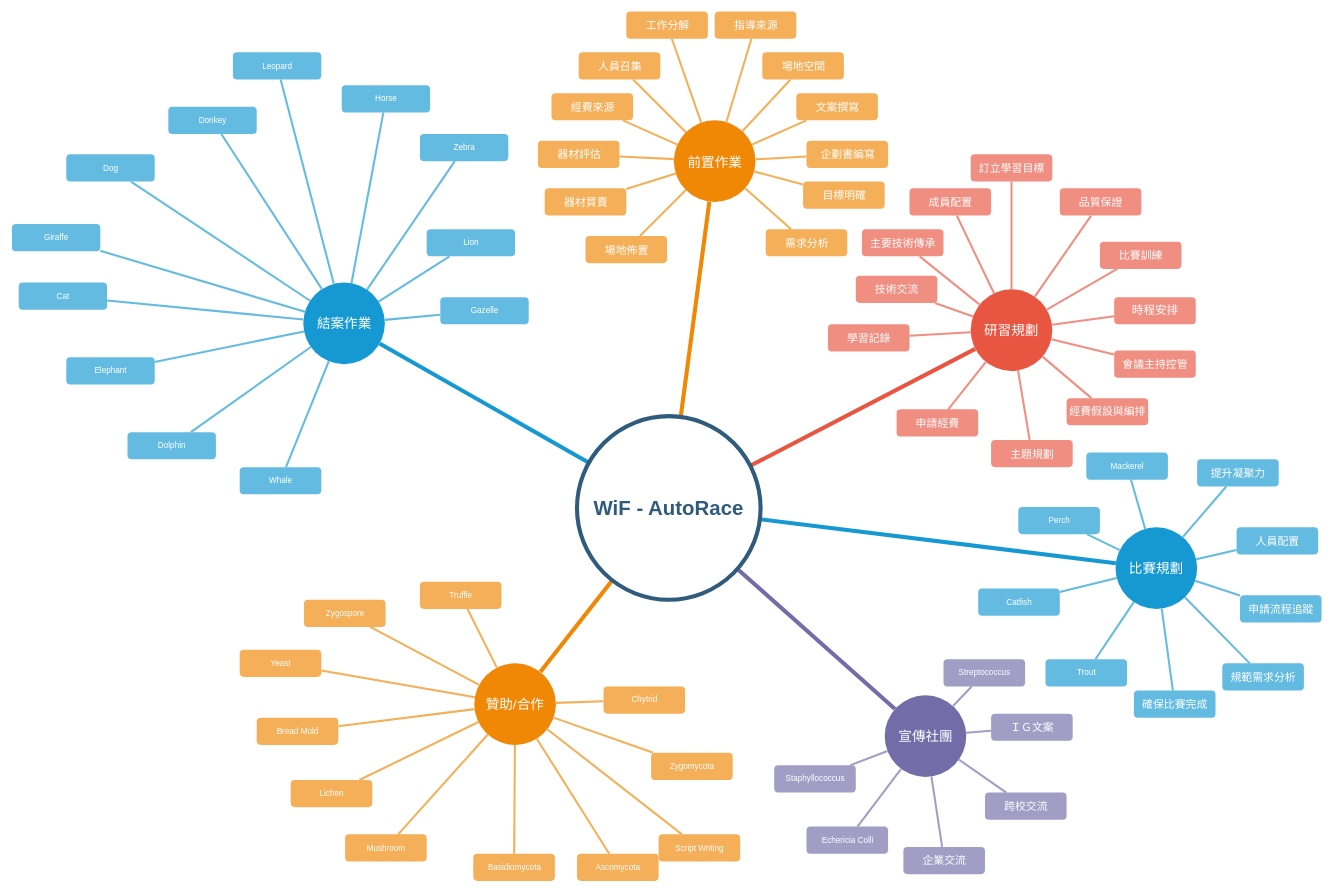
This is Untitled Diagram.drawio from WiFAutoRace/First-record, a draw.io file, before an edit. Source tidied: cells renumbered, new cells numbered last; positions are measured from the earlier drawing's top-left corner, leaving out a move shared by most shapes. Both pictures are drawn from the tidied source at 68%, with x=0, y=0 at pixel (12, 12).
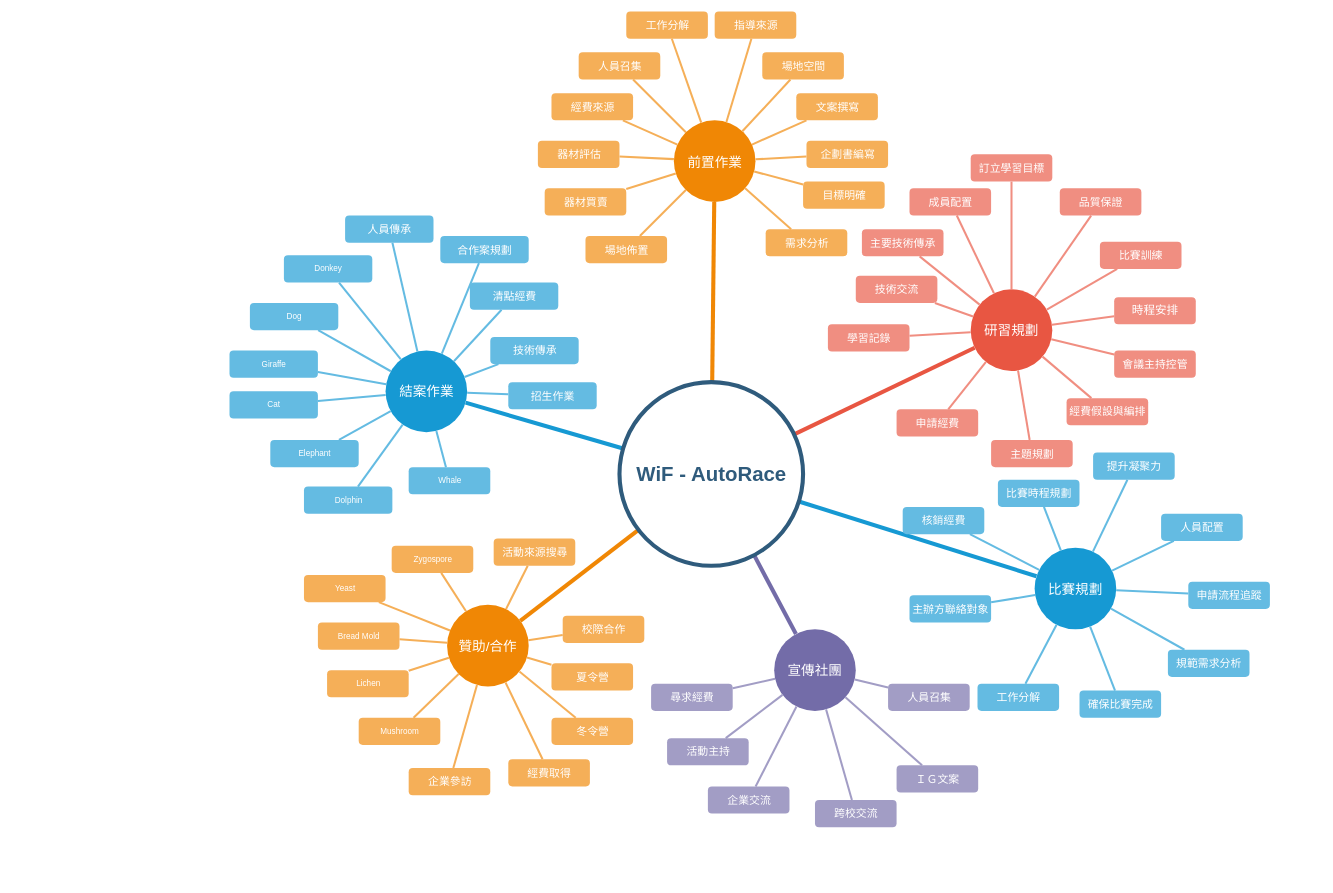
Above is the later version.

The edit, as a diff of the source:
```diff
@@
     <mxCell id="2" value="結案作業" style="ellipse;whiteSpace=wrap;html=1;shadow=0;fontFamily=Helvetica;fontSize=20;fontColor=#FFFFFF;align=center;strokeWidth=3;fillColor=#1699D3;strokeColor=none;" parent="1" vertex="1">
-      <mxGeometry x="428.5" y="398" width="120" height="120" as="geometry" />
+      <mxGeometry x="549.5" y="498" width="120" height="120" as="geometry" />
     </mxCell>
@@
     <mxCell id="5" value="比賽規劃" style="ellipse;whiteSpace=wrap;html=1;shadow=0;fontFamily=Helvetica;fontSize=20;fontColor=#FFFFFF;align=center;strokeWidth=3;fillColor=#1699D3;strokeColor=none;" parent="1" vertex="1">
-      <mxGeometry x="1623" y="758" width="120" height="120" as="geometry" />
+      <mxGeometry x="1504" y="788" width="120" height="120" as="geometry" />
     </mxCell>
     <mxCell id="6" value="宣傳社團" style="ellipse;whiteSpace=wrap;html=1;shadow=0;fontFamily=Helvetica;fontSize=20;fontColor=#FFFFFF;align=center;strokeWidth=3;fillColor=#736ca8;strokeColor=none;" parent="1" vertex="1">
-      <mxGeometry x="1283.5" y="1005" width="120" height="120" as="geometry" />
+      <mxGeometry x="1121" y="908" width="120" height="120" as="geometry" />
     </mxCell>
     <mxCell id="7" value="贊助/合作" style="ellipse;whiteSpace=wrap;html=1;shadow=0;fontFamily=Helvetica;fontSize=20;fontColor=#FFFFFF;align=center;strokeWidth=3;fillColor=#F08705;strokeColor=none;" parent="1" vertex="1">
-      <mxGeometry x="680" y="958" width="120" height="120" as="geometry" />
+      <mxGeometry x="640" y="872" width="120" height="120" as="geometry" />
     </mxCell>
@@
     <mxCell id="9" value="Dolphin" style="rounded=1;fillColor=#64BBE2;strokeColor=none;strokeWidth=3;shadow=0;html=1;fontColor=#FFFFFF;" parent="1" vertex="1">
-      <mxGeometry x="170" y="618" width="130" height="40" as="geometry" />
+      <mxGeometry x="429.5" y="698" width="130" height="40" as="geometry" />
     </mxCell>
@@
-    <mxCell id="16" value="Lion" style="rounded=1;fillColor=#64BBE2;strokeColor=none;strokeWidth=3;shadow=0;html=1;fontColor=#FFFFFF;" parent="1" vertex="1">
-      <mxGeometry x="610" y="319.5" width="130" height="40" as="geometry" />
+    <mxCell id="16" value="&lt;font style=&quot;font-size: 16px;&quot;&gt;技術傳承&lt;/font&gt;" style="rounded=1;fillColor=#64BBE2;strokeColor=none;strokeWidth=3;shadow=0;html=1;fontColor=#FFFFFF;" parent="1" vertex="1">
+      <mxGeometry x="703.5" y="478" width="130" height="40" as="geometry" />
     </mxCell>
     <mxCell id="17" value="Elephant" style="rounded=1;fillColor=#64BBE2;strokeColor=none;strokeWidth=3;shadow=0;html=1;fontColor=#FFFFFF;" parent="1" vertex="1">
-      <mxGeometry x="80" y="508" width="130" height="40" as="geometry" />
+      <mxGeometry x="380" y="629.5" width="130" height="40" as="geometry" />
     </mxCell>
     <mxCell id="18" value="Cat" style="rounded=1;fillColor=#64BBE2;strokeColor=none;strokeWidth=3;shadow=0;html=1;fontColor=#FFFFFF;" parent="1" vertex="1">
-      <mxGeometry x="10" y="398" width="130" height="40" as="geometry" />
+      <mxGeometry x="320" y="558" width="130" height="40" as="geometry" />
     </mxCell>
     <mxCell id="19" value="Giraffe" style="rounded=1;fillColor=#64BBE2;strokeColor=none;strokeWidth=3;shadow=0;html=1;fontColor=#FFFFFF;" parent="1" vertex="1">
-      <mxGeometry y="312" width="130" height="40" as="geometry" />
+      <mxGeometry x="320" y="498" width="130" height="40" as="geometry" />
     </mxCell>
     <mxCell id="20" value="Dog" style="rounded=1;fillColor=#64BBE2;strokeColor=none;strokeWidth=3;shadow=0;html=1;fontColor=#FFFFFF;" parent="1" vertex="1">
-      <mxGeometry x="80" y="209.5" width="130" height="40" as="geometry" />
+      <mxGeometry x="350" y="428" width="130" height="40" as="geometry" />
     </mxCell>
     <mxCell id="21" value="Donkey" style="rounded=1;fillColor=#64BBE2;strokeColor=none;strokeWidth=3;shadow=0;html=1;fontColor=#FFFFFF;" parent="1" vertex="1">
-      <mxGeometry x="230" y="139.5" width="130" height="40" as="geometry" />
+      <mxGeometry x="400" y="358" width="130" height="40" as="geometry" />
     </mxCell>
-    <mxCell id="22" value="Leopard" style="rounded=1;fillColor=#64BBE2;strokeColor=none;strokeWidth=3;shadow=0;html=1;fontColor=#FFFFFF;" parent="1" vertex="1">
-      <mxGeometry x="325" y="59.5" width="130" height="40" as="geometry" />
+    <mxCell id="22" value="&lt;font style=&quot;font-size: 16px;&quot;&gt;人員傳承&lt;/font&gt;" style="rounded=1;fillColor=#64BBE2;strokeColor=none;strokeWidth=3;shadow=0;html=1;fontColor=#FFFFFF;" parent="1" vertex="1">
+      <mxGeometry x="490" y="299.5" width="130" height="40" as="geometry" />
     </mxCell>
-    <mxCell id="23" value="Horse" style="rounded=1;fillColor=#64BBE2;strokeColor=none;strokeWidth=3;shadow=0;html=1;fontColor=#FFFFFF;" parent="1" vertex="1">
-      <mxGeometry x="485" y="108" width="130" height="40" as="geometry" />
+    <mxCell id="23" value="&lt;font style=&quot;font-size: 16px;&quot;&gt;合作案規劃&lt;/font&gt;" style="rounded=1;fillColor=#64BBE2;strokeColor=none;strokeWidth=3;shadow=0;html=1;fontColor=#FFFFFF;" parent="1" vertex="1">
+      <mxGeometry x="630" y="329.5" width="130" height="40" as="geometry" />
     </mxCell>
-    <mxCell id="24" value="Zebra" style="rounded=1;fillColor=#64BBE2;strokeColor=none;strokeWidth=3;shadow=0;html=1;fontColor=#FFFFFF;" parent="1" vertex="1">
-      <mxGeometry x="600" y="179.5" width="130" height="40" as="geometry" />
+    <mxCell id="24" value="&lt;font style=&quot;font-size: 16px;&quot;&gt;清點經費&lt;/font&gt;" style="rounded=1;fillColor=#64BBE2;strokeColor=none;strokeWidth=3;shadow=0;html=1;fontColor=#FFFFFF;" parent="1" vertex="1">
+      <mxGeometry x="673.5" y="398" width="130" height="40" as="geometry" />
     </mxCell>
-    <mxCell id="25" value="Gazelle" style="rounded=1;fillColor=#64BBE2;strokeColor=none;strokeWidth=3;shadow=0;html=1;fontColor=#FFFFFF;" parent="1" vertex="1">
-      <mxGeometry x="630" y="419.5" width="130" height="40" as="geometry" />
+    <mxCell id="25" value="&lt;font style=&quot;font-size: 16px;&quot;&gt;招生作業&lt;/font&gt;" style="rounded=1;fillColor=#64BBE2;strokeColor=none;strokeWidth=3;shadow=0;html=1;fontColor=#FFFFFF;" parent="1" vertex="1">
+      <mxGeometry x="730" y="544.5" width="130" height="40" as="geometry" />
     </mxCell>
@@
-    <mxCell id="84" value="Perch" style="rounded=1;fillColor=#64BBE2;strokeColor=none;strokeWidth=3;shadow=0;html=1;fontColor=#FFFFFF;" parent="1" vertex="1">
-      <mxGeometry x="1480" y="728" width="120" height="40" as="geometry" />
+    <mxCell id="84" value="&lt;font style=&quot;font-size: 16px;&quot;&gt;核銷經費&lt;/font&gt;" style="rounded=1;fillColor=#64BBE2;strokeColor=none;strokeWidth=3;shadow=0;html=1;fontColor=#FFFFFF;" parent="1" vertex="1">
+      <mxGeometry x="1310" y="728" width="120" height="40" as="geometry" />
     </mxCell>
-    <mxCell id="85" value="Mackerel" style="rounded=1;fillColor=#64BBE2;strokeColor=none;strokeWidth=3;shadow=0;html=1;fontColor=#FFFFFF;" parent="1" vertex="1">
-      <mxGeometry x="1580" y="648" width="120" height="40" as="geometry" />
+    <mxCell id="85" value="&lt;font style=&quot;font-size: 16px;&quot;&gt;比賽時程規劃&lt;/font&gt;" style="rounded=1;fillColor=#64BBE2;strokeColor=none;strokeWidth=3;shadow=0;html=1;fontColor=#FFFFFF;" parent="1" vertex="1">
+      <mxGeometry x="1450" y="688" width="120" height="40" as="geometry" />
     </mxCell>
     <mxCell id="86" value="&lt;font style=&quot;font-size: 16px;&quot;&gt;提升凝聚力&lt;/font&gt;" style="rounded=1;fillColor=#64BBE2;strokeColor=none;strokeWidth=3;shadow=0;html=1;fontColor=#FFFFFF;" parent="1" vertex="1">
-      <mxGeometry x="1743" y="658" width="120" height="40" as="geometry" />
+      <mxGeometry x="1590" y="648" width="120" height="40" as="geometry" />
     </mxCell>
     <mxCell id="87" value="&lt;font style=&quot;font-size: 16px;&quot;&gt;人員配置&lt;/font&gt;" style="rounded=1;fillColor=#64BBE2;strokeColor=none;strokeWidth=3;shadow=0;html=1;fontColor=#FFFFFF;" parent="1" vertex="1">
-      <mxGeometry x="1801" y="758" width="120" height="40" as="geometry" />
+      <mxGeometry x="1690" y="738" width="120" height="40" as="geometry" />
     </mxCell>
     <mxCell id="88" value="Whale" style="rounded=1;fillColor=#64BBE2;strokeColor=none;strokeWidth=3;shadow=0;html=1;fontColor=#FFFFFF;" parent="1" vertex="1">
-      <mxGeometry x="335" y="669.5" width="120" height="40" as="geometry" />
+      <mxGeometry x="583.5" y="669.5" width="120" height="40" as="geometry" />
     </mxCell>
     <mxCell id="89" value="&lt;font size=&quot;3&quot;&gt;申請流程追蹤&lt;/font&gt;" style="rounded=1;fillColor=#64BBE2;strokeColor=none;strokeWidth=3;shadow=0;html=1;fontColor=#FFFFFF;" parent="1" vertex="1">
-      <mxGeometry x="1806" y="858" width="120" height="40" as="geometry" />
+      <mxGeometry x="1730" y="838" width="120" height="40" as="geometry" />
     </mxCell>
     <mxCell id="90" value="&lt;font size=&quot;3&quot;&gt;規範需求分析&lt;/font&gt;" style="rounded=1;fillColor=#64BBE2;strokeColor=none;strokeWidth=3;shadow=0;html=1;fontColor=#FFFFFF;" parent="1" vertex="1">
-      <mxGeometry x="1780" y="958" width="120" height="40" as="geometry" />
+      <mxGeometry x="1700" y="938" width="120" height="40" as="geometry" />
     </mxCell>
     <mxCell id="91" value="&lt;font style=&quot;font-size: 16px;&quot;&gt;確保比賽完成&lt;/font&gt;" style="rounded=1;fillColor=#64BBE2;strokeColor=none;strokeWidth=3;shadow=0;html=1;fontColor=#FFFFFF;" parent="1" vertex="1">
-      <mxGeometry x="1650" y="998" width="120" height="40" as="geometry" />
+      <mxGeometry x="1570" y="998" width="120" height="40" as="geometry" />
     </mxCell>
-    <mxCell id="92" value="Trout" style="rounded=1;fillColor=#64BBE2;strokeColor=none;strokeWidth=3;shadow=0;html=1;fontColor=#FFFFFF;" parent="1" vertex="1">
-      <mxGeometry x="1520" y="952" width="120" height="40" as="geometry" />
+    <mxCell id="92" value="&lt;font size=&quot;3&quot;&gt;工作分解&lt;/font&gt;" style="rounded=1;fillColor=#64BBE2;strokeColor=none;strokeWidth=3;shadow=0;html=1;fontColor=#FFFFFF;" parent="1" vertex="1">
+      <mxGeometry x="1420" y="988" width="120" height="40" as="geometry" />
     </mxCell>
-    <mxCell id="93" value="Catfish" style="rounded=1;fillColor=#64BBE2;strokeColor=none;strokeWidth=3;shadow=0;html=1;fontColor=#FFFFFF;" parent="1" vertex="1">
-      <mxGeometry x="1421" y="848" width="120" height="40" as="geometry" />
+    <mxCell id="93" value="&lt;font style=&quot;font-size: 16px;&quot;&gt;主辦方聯絡對象&lt;/font&gt;" style="rounded=1;fillColor=#64BBE2;strokeColor=none;strokeWidth=3;shadow=0;html=1;fontColor=#FFFFFF;" parent="1" vertex="1">
+      <mxGeometry x="1320" y="858" width="120" height="40" as="geometry" />
     </mxCell>
@@
-    <mxCell id="103" value="Streptococcus" style="rounded=1;fillColor=#a29dc5;strokeColor=none;strokeWidth=3;shadow=0;html=1;fontColor=#FFFFFF;" parent="1" vertex="1">
-      <mxGeometry x="1370" y="952" width="120" height="40" as="geometry" />
+    <mxCell id="103" value="&lt;font style=&quot;font-size: 16px;&quot;&gt;人員召集&lt;/font&gt;" style="rounded=1;fillColor=#a29dc5;strokeColor=none;strokeWidth=3;shadow=0;html=1;fontColor=#FFFFFF;" parent="1" vertex="1">
+      <mxGeometry x="1288.5" y="988" width="120" height="40" as="geometry" />
     </mxCell>
-    <mxCell id="104" value="Echericia Colli" style="rounded=1;fillColor=#a29dc5;strokeColor=none;strokeWidth=3;shadow=0;html=1;fontColor=#FFFFFF;" parent="1" vertex="1">
-      <mxGeometry x="1168.5" y="1198" width="120" height="40" as="geometry" />
+    <mxCell id="104" value="&lt;font style=&quot;font-size: 16px;&quot;&gt;活動主持&lt;/font&gt;" style="rounded=1;fillColor=#a29dc5;strokeColor=none;strokeWidth=3;shadow=0;html=1;fontColor=#FFFFFF;" parent="1" vertex="1">
+      <mxGeometry x="963.5" y="1068" width="120" height="40" as="geometry" />
     </mxCell>
     <mxCell id="105" value="&lt;font style=&quot;font-size: 16px;&quot;&gt;ＩＧ文案&lt;/font&gt;" style="rounded=1;fillColor=#a29dc5;strokeColor=none;strokeWidth=3;shadow=0;html=1;fontColor=#FFFFFF;" parent="1" vertex="1">
-      <mxGeometry x="1440" y="1032" width="120" height="40" as="geometry" />
+      <mxGeometry x="1301" y="1108" width="120" height="40" as="geometry" />
     </mxCell>
     <mxCell id="106" value="&lt;font style=&quot;font-size: 16px;&quot;&gt;跨校交流&lt;/font&gt;" style="rounded=1;fillColor=#a29dc5;strokeColor=none;strokeWidth=3;shadow=0;html=1;fontColor=#FFFFFF;" parent="1" vertex="1">
-      <mxGeometry x="1431" y="1148" width="120" height="40" as="geometry" />
+      <mxGeometry x="1181" y="1159" width="120" height="40" as="geometry" />
     </mxCell>
     <mxCell id="107" value="&lt;font style=&quot;font-size: 16px;&quot;&gt;企業交流&lt;/font&gt;" style="rounded=1;fillColor=#a29dc5;strokeColor=none;strokeWidth=3;shadow=0;html=1;fontColor=#FFFFFF;" parent="1" vertex="1">
-      <mxGeometry x="1311" y="1228" width="120" height="40" as="geometry" />
+      <mxGeometry x="1023.5" y="1139" width="120" height="40" as="geometry" />
     </mxCell>
-    <mxCell id="108" value="Staphyllococcus" style="rounded=1;fillColor=#a29dc5;strokeColor=none;strokeWidth=3;shadow=0;html=1;fontColor=#FFFFFF;" parent="1" vertex="1">
-      <mxGeometry x="1121" y="1108" width="120" height="40" as="geometry" />
+    <mxCell id="108" value="&lt;font style=&quot;font-size: 16px;&quot;&gt;尋求經費&lt;/font&gt;" style="rounded=1;fillColor=#a29dc5;strokeColor=none;strokeWidth=3;shadow=0;html=1;fontColor=#FFFFFF;" parent="1" vertex="1">
+      <mxGeometry x="940" y="988" width="120" height="40" as="geometry" />
     </mxCell>
@@
-    <mxCell id="114" value="Zygomycota" style="rounded=1;fillColor=#f5af58;strokeColor=none;strokeWidth=3;shadow=0;html=1;fontColor=#FFFFFF;" parent="1" vertex="1">
-      <mxGeometry x="940" y="1089.5" width="120" height="40" as="geometry" />
+    <mxCell id="114" value="&lt;font style=&quot;font-size: 16px;&quot;&gt;夏令營&lt;/font&gt;" style="rounded=1;fillColor=#f5af58;strokeColor=none;strokeWidth=3;shadow=0;html=1;fontColor=#FFFFFF;" parent="1" vertex="1">
+      <mxGeometry x="793.5" y="958" width="120" height="40" as="geometry" />
     </mxCell>
-    <mxCell id="115" value="Script Writing" style="rounded=1;fillColor=#f5af58;strokeColor=none;strokeWidth=3;shadow=0;html=1;fontColor=#FFFFFF;" parent="1" vertex="1">
-      <mxGeometry x="951" y="1209.5" width="120" height="40" as="geometry" />
+    <mxCell id="115" value="&lt;font style=&quot;font-size: 16px;&quot;&gt;冬令營&lt;/font&gt;" style="rounded=1;fillColor=#f5af58;strokeColor=none;strokeWidth=3;shadow=0;html=1;fontColor=#FFFFFF;" parent="1" vertex="1">
+      <mxGeometry x="793.5" y="1038" width="120" height="40" as="geometry" />
     </mxCell>
-    <mxCell id="116" value="Ascomycota" style="rounded=1;fillColor=#f5af58;strokeColor=none;strokeWidth=3;shadow=0;html=1;fontColor=#FFFFFF;" parent="1" vertex="1">
-      <mxGeometry x="831" y="1238" width="120" height="40" as="geometry" />
+    <mxCell id="116" value="&lt;font style=&quot;font-size: 16px;&quot;&gt;經費取得&lt;/font&gt;" style="rounded=1;fillColor=#f5af58;strokeColor=none;strokeWidth=3;shadow=0;html=1;fontColor=#FFFFFF;" parent="1" vertex="1">
+      <mxGeometry x="730" y="1099" width="120" height="40" as="geometry" />
     </mxCell>
-    <mxCell id="117" value="Basidiomycota" style="rounded=1;fillColor=#f5af58;strokeColor=none;strokeWidth=3;shadow=0;html=1;fontColor=#FFFFFF;" parent="1" vertex="1">
-      <mxGeometry x="678.5" y="1238" width="120" height="40" as="geometry" />
+    <mxCell id="117" value="&lt;font style=&quot;font-size: 16px;&quot;&gt;企業參訪&lt;/font&gt;" style="rounded=1;fillColor=#f5af58;strokeColor=none;strokeWidth=3;shadow=0;html=1;fontColor=#FFFFFF;" parent="1" vertex="1">
+      <mxGeometry x="583.5" y="1112" width="120" height="40" as="geometry" />
     </mxCell>
     <mxCell id="118" value="Mushroom" style="rounded=1;fillColor=#f5af58;strokeColor=none;strokeWidth=3;shadow=0;html=1;fontColor=#FFFFFF;" parent="1" vertex="1">
-      <mxGeometry x="490" y="1209.5" width="120" height="40" as="geometry" />
+      <mxGeometry x="510" y="1038" width="120" height="40" as="geometry" />
     </mxCell>
     <mxCell id="119" value="Lichen" style="rounded=1;fillColor=#f5af58;strokeColor=none;strokeWidth=3;shadow=0;html=1;fontColor=#FFFFFF;" parent="1" vertex="1">
-      <mxGeometry x="410" y="1129.5" width="120" height="40" as="geometry" />
+      <mxGeometry x="463.5" y="968" width="120" height="40" as="geometry" />
     </mxCell>
     <mxCell id="120" value="Bread Mold" style="rounded=1;fillColor=#f5af58;strokeColor=none;strokeWidth=3;shadow=0;html=1;fontColor=#FFFFFF;" parent="1" vertex="1">
-      <mxGeometry x="360" y="1038" width="120" height="40" as="geometry" />
+      <mxGeometry x="450" y="898" width="120" height="40" as="geometry" />
     </mxCell>
     <mxCell id="121" value="Yeast" style="rounded=1;fillColor=#f5af58;strokeColor=none;strokeWidth=3;shadow=0;html=1;fontColor=#FFFFFF;" parent="1" vertex="1">
-      <mxGeometry x="335" y="938" width="120" height="40" as="geometry" />
+      <mxGeometry x="429.5" y="828" width="120" height="40" as="geometry" />
     </mxCell>
     <mxCell id="122" value="Zygospore" style="rounded=1;fillColor=#f5af58;strokeColor=none;strokeWidth=3;shadow=0;html=1;fontColor=#FFFFFF;" parent="1" vertex="1">
-      <mxGeometry x="429.5" y="864.5" width="120" height="40" as="geometry" />
+      <mxGeometry x="558.5" y="785" width="120" height="40" as="geometry" />
     </mxCell>
-    <mxCell id="123" value="Truffle" style="rounded=1;fillColor=#f5af58;strokeColor=none;strokeWidth=3;shadow=0;html=1;fontColor=#FFFFFF;" parent="1" vertex="1">
-      <mxGeometry x="600" y="838" width="120" height="40" as="geometry" />
+    <mxCell id="123" value="&lt;font style=&quot;font-size: 16px;&quot;&gt;活動來源搜尋&lt;/font&gt;" style="rounded=1;fillColor=#f5af58;strokeColor=none;strokeWidth=3;shadow=0;html=1;fontColor=#FFFFFF;" parent="1" vertex="1">
+      <mxGeometry x="708.5" y="774.5" width="120" height="40" as="geometry" />
     </mxCell>
-    <mxCell id="124" value="Chytrid" style="rounded=1;fillColor=#f5af58;strokeColor=none;strokeWidth=3;shadow=0;html=1;fontColor=#FFFFFF;" parent="1" vertex="1">
-      <mxGeometry x="870" y="992" width="120" height="40" as="geometry" />
+    <mxCell id="124" value="&lt;font style=&quot;font-size: 16px;&quot;&gt;校際合作&lt;/font&gt;" style="rounded=1;fillColor=#f5af58;strokeColor=none;strokeWidth=3;shadow=0;html=1;fontColor=#FFFFFF;" parent="1" vertex="1">
+      <mxGeometry x="810" y="888" width="120" height="40" as="geometry" />
     </mxCell>
@@
     <mxCell id="137" value="WiF - AutoRace" style="ellipse;whiteSpace=wrap;html=1;shadow=0;fontFamily=Helvetica;fontSize=30;fontColor=#2F5B7C;align=center;strokeColor=#2F5B7C;strokeWidth=6;fillColor=#FFFFFF;fontStyle=1;gradientColor=none;" parent="1" vertex="1">
-      <mxGeometry x="831" y="594.5" width="270" height="270" as="geometry" />
+      <mxGeometry x="893.5" y="544.5" width="270" height="270" as="geometry" />
     </mxCell>
```
